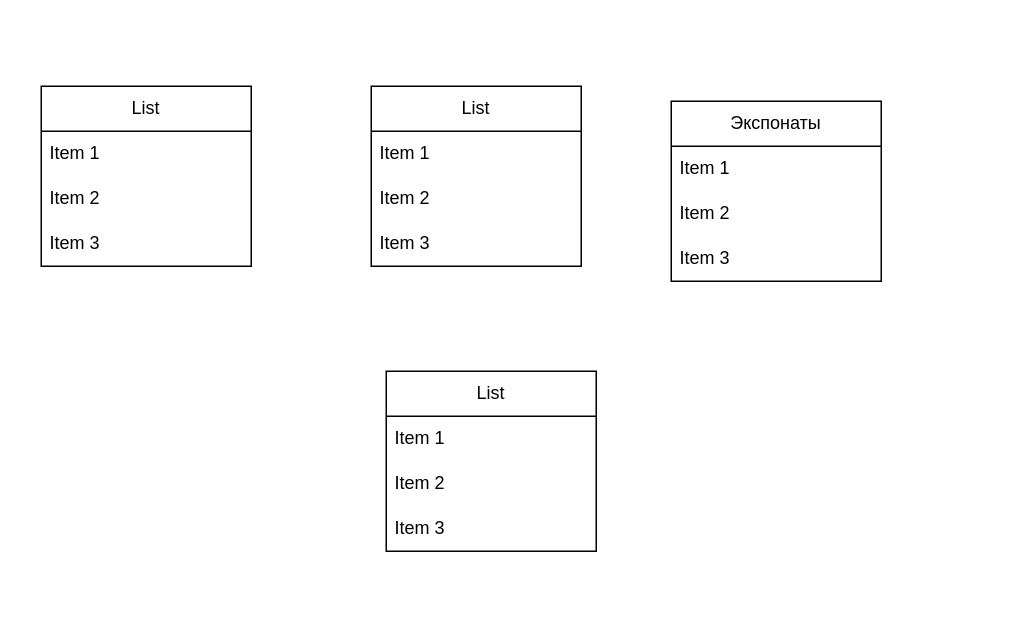
Shalapai2009/Project keeps this draw.io diagram as Музей.drawio. Above is the earlier version. Source tidied: cells renumbered, new cells numbered last; positions are measured from the earlier drawing's top-left corner, leaving out a move shared by most shapes. Both pictures are drawn from the tidied source at 150%, with x=0, y=0 at pixel (40, 86).
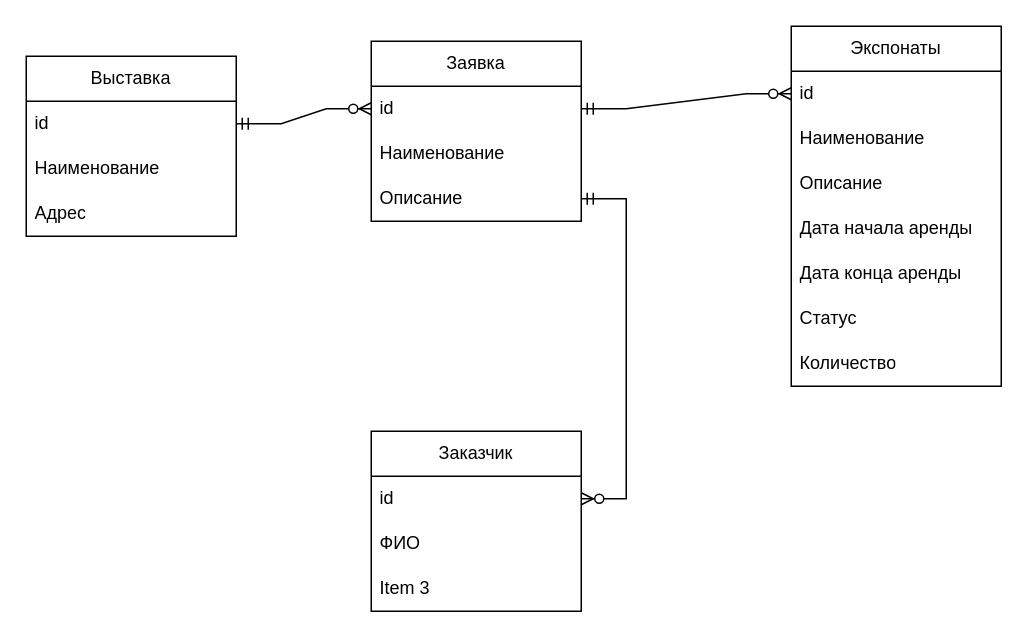
After the change.

Change to the diagram source:
```diff
@@
     <mxCell id="2" value="Экспонаты" style="swimlane;fontStyle=0;horizontal=1;startSize=30;whiteSpace=wrap;html=1;" parent="1" vertex="1">
-      <mxGeometry x="420" y="10" width="140" height="120" as="geometry" />
+      <mxGeometry x="500" y="-40" width="140" height="240" as="geometry" />
     </mxCell>
-    <mxCell id="3" value="Item 1" style="text;strokeColor=none;fillColor=none;align=left;verticalAlign=middle;spacingLeft=4;spacingRight=4;overflow=hidden;points=[[0,0.5],[1,0.5]];portConstraint=eastwest;whiteSpace=wrap;html=1;" parent="2" vertex="1">
+    <mxCell id="3" value="id" style="text;strokeColor=none;fillColor=none;align=left;verticalAlign=middle;spacingLeft=4;spacingRight=4;overflow=hidden;points=[[0,0.5],[1,0.5]];portConstraint=eastwest;whiteSpace=wrap;html=1;" parent="2" vertex="1">
       <mxGeometry y="30" width="140" height="30" as="geometry" />
     </mxCell>
-    <mxCell id="4" value="Item 2" style="text;strokeColor=none;fillColor=none;align=left;verticalAlign=middle;spacingLeft=4;spacingRight=4;overflow=hidden;whiteSpace=wrap;html=1;" parent="2" vertex="1">
+    <mxCell id="4" value="Наименование" style="text;strokeColor=none;fillColor=none;align=left;verticalAlign=middle;spacingLeft=4;spacingRight=4;overflow=hidden;whiteSpace=wrap;html=1;" parent="2" vertex="1">
       <mxGeometry y="60" width="140" height="30" as="geometry" />
     </mxCell>
-    <mxCell id="5" value="Item 3" style="text;strokeColor=none;fillColor=none;align=left;verticalAlign=middle;spacingLeft=4;spacingRight=4;overflow=hidden;whiteSpace=wrap;html=1;" parent="2" vertex="1">
+    <mxCell id="5" value="Описание" style="text;strokeColor=none;fillColor=none;align=left;verticalAlign=middle;spacingLeft=4;spacingRight=4;overflow=hidden;whiteSpace=wrap;html=1;" parent="2" vertex="1">
       <mxGeometry y="90" width="140" height="30" as="geometry" />
     </mxCell>
+    <mxCell id="18" value="Дата начала аренды" style="text;strokeColor=none;fillColor=none;align=left;verticalAlign=middle;spacingLeft=4;spacingRight=4;overflow=hidden;whiteSpace=wrap;html=1;" parent="2" vertex="1">
+      <mxGeometry y="120" width="140" height="30" as="geometry" />
+    </mxCell>
+    <mxCell id="19" value="Дата конца аренды" style="text;strokeColor=none;fillColor=none;align=left;verticalAlign=middle;spacingLeft=4;spacingRight=4;overflow=hidden;whiteSpace=wrap;html=1;" parent="2" vertex="1">
+      <mxGeometry y="150" width="140" height="30" as="geometry" />
+    </mxCell>
+    <mxCell id="20" value="Статус" style="text;strokeColor=none;fillColor=none;align=left;verticalAlign=middle;spacingLeft=4;spacingRight=4;overflow=hidden;whiteSpace=wrap;html=1;" parent="2" vertex="1">
+      <mxGeometry y="180" width="140" height="30" as="geometry" />
+    </mxCell>
+    <mxCell id="21" value="Количество" style="text;strokeColor=none;fillColor=none;align=left;verticalAlign=middle;spacingLeft=4;spacingRight=4;overflow=hidden;whiteSpace=wrap;html=1;" parent="2" vertex="1">
+      <mxGeometry y="210" width="140" height="30" as="geometry" />
+    </mxCell>
-    <mxCell id="6" value="List" style="swimlane;fontStyle=0;horizontal=1;startSize=30;whiteSpace=wrap;html=1;" parent="1" vertex="1">
-      <mxGeometry width="140" height="120" as="geometry" />
+    <mxCell id="6" value="Выставка" style="swimlane;fontStyle=0;horizontal=1;startSize=30;whiteSpace=wrap;html=1;" parent="1" vertex="1">
+      <mxGeometry x="-10" y="-20" width="140" height="120" as="geometry" />
     </mxCell>
-    <mxCell id="7" value="Item 1" style="text;strokeColor=none;fillColor=none;align=left;verticalAlign=middle;spacingLeft=4;spacingRight=4;overflow=hidden;points=[[0,0.5],[1,0.5]];portConstraint=eastwest;whiteSpace=wrap;html=1;" parent="6" vertex="1">
+    <mxCell id="7" value="id" style="text;strokeColor=none;fillColor=none;align=left;verticalAlign=middle;spacingLeft=4;spacingRight=4;overflow=hidden;points=[[0,0.5],[1,0.5]];portConstraint=eastwest;whiteSpace=wrap;html=1;" parent="6" vertex="1">
       <mxGeometry y="30" width="140" height="30" as="geometry" />
     </mxCell>
-    <mxCell id="8" value="Item 2" style="text;strokeColor=none;fillColor=none;align=left;verticalAlign=middle;spacingLeft=4;spacingRight=4;overflow=hidden;whiteSpace=wrap;html=1;" parent="6" vertex="1">
+    <mxCell id="8" value="Наименование" style="text;strokeColor=none;fillColor=none;align=left;verticalAlign=middle;spacingLeft=4;spacingRight=4;overflow=hidden;whiteSpace=wrap;html=1;" parent="6" vertex="1">
       <mxGeometry y="60" width="140" height="30" as="geometry" />
     </mxCell>
-    <mxCell id="9" value="Item 3" style="text;strokeColor=none;fillColor=none;align=left;verticalAlign=middle;spacingLeft=4;spacingRight=4;overflow=hidden;whiteSpace=wrap;html=1;" parent="6" vertex="1">
+    <mxCell id="9" value="Адрес" style="text;strokeColor=none;fillColor=none;align=left;verticalAlign=middle;spacingLeft=4;spacingRight=4;overflow=hidden;whiteSpace=wrap;html=1;" parent="6" vertex="1">
       <mxGeometry y="90" width="140" height="30" as="geometry" />
     </mxCell>
-    <mxCell id="10" value="List" style="swimlane;fontStyle=0;horizontal=1;startSize=30;whiteSpace=wrap;html=1;" parent="1" vertex="1">
-      <mxGeometry x="230" y="190" width="140" height="120" as="geometry" />
+    <mxCell id="10" value="Заказчик" style="swimlane;fontStyle=0;horizontal=1;startSize=30;whiteSpace=wrap;html=1;" parent="1" vertex="1">
+      <mxGeometry x="220" y="230" width="140" height="120" as="geometry" />
     </mxCell>
-    <mxCell id="11" value="Item 1" style="text;strokeColor=none;fillColor=none;align=left;verticalAlign=middle;spacingLeft=4;spacingRight=4;overflow=hidden;points=[[0,0.5],[1,0.5]];portConstraint=eastwest;whiteSpace=wrap;html=1;" parent="10" vertex="1">
+    <mxCell id="11" value="id" style="text;strokeColor=none;fillColor=none;align=left;verticalAlign=middle;spacingLeft=4;spacingRight=4;overflow=hidden;points=[[0,0.5],[1,0.5]];portConstraint=eastwest;whiteSpace=wrap;html=1;" parent="10" vertex="1">
       <mxGeometry y="30" width="140" height="30" as="geometry" />
     </mxCell>
-    <mxCell id="12" value="Item 2" style="text;strokeColor=none;fillColor=none;align=left;verticalAlign=middle;spacingLeft=4;spacingRight=4;overflow=hidden;whiteSpace=wrap;html=1;" parent="10" vertex="1">
+    <mxCell id="12" value="ФИО" style="text;strokeColor=none;fillColor=none;align=left;verticalAlign=middle;spacingLeft=4;spacingRight=4;overflow=hidden;whiteSpace=wrap;html=1;" parent="10" vertex="1">
       <mxGeometry y="60" width="140" height="30" as="geometry" />
     </mxCell>
@@
-    <mxCell id="14" value="List" style="swimlane;fontStyle=0;horizontal=1;startSize=30;whiteSpace=wrap;html=1;" parent="1" vertex="1">
-      <mxGeometry x="220" width="140" height="120" as="geometry" />
+    <mxCell id="14" value="Заявка" style="swimlane;fontStyle=0;horizontal=1;startSize=30;whiteSpace=wrap;html=1;" parent="1" vertex="1">
+      <mxGeometry x="220" y="-30" width="140" height="120" as="geometry" />
     </mxCell>
-    <mxCell id="15" value="Item 1" style="text;strokeColor=none;fillColor=none;align=left;verticalAlign=middle;spacingLeft=4;spacingRight=4;overflow=hidden;points=[[0,0.5],[1,0.5]];portConstraint=eastwest;whiteSpace=wrap;html=1;" parent="14" vertex="1">
+    <mxCell id="15" value="id" style="text;strokeColor=none;fillColor=none;align=left;verticalAlign=middle;spacingLeft=4;spacingRight=4;overflow=hidden;points=[[0,0.5],[1,0.5]];portConstraint=eastwest;whiteSpace=wrap;html=1;" parent="14" vertex="1">
       <mxGeometry y="30" width="140" height="30" as="geometry" />
     </mxCell>
-    <mxCell id="16" value="Item 2" style="text;strokeColor=none;fillColor=none;align=left;verticalAlign=middle;spacingLeft=4;spacingRight=4;overflow=hidden;whiteSpace=wrap;html=1;" parent="14" vertex="1">
+    <mxCell id="16" value="Наименование" style="text;strokeColor=none;fillColor=none;align=left;verticalAlign=middle;spacingLeft=4;spacingRight=4;overflow=hidden;whiteSpace=wrap;html=1;" parent="14" vertex="1">
       <mxGeometry y="60" width="140" height="30" as="geometry" />
     </mxCell>
-    <mxCell id="17" value="Item 3" style="text;strokeColor=none;fillColor=none;align=left;verticalAlign=middle;spacingLeft=4;spacingRight=4;overflow=hidden;points=[[0,0.5],[1,0.5]];portConstraint=eastwest;whiteSpace=wrap;html=1;" parent="14" vertex="1">
+    <mxCell id="17" value="Описание" style="text;strokeColor=none;fillColor=none;align=left;verticalAlign=middle;spacingLeft=4;spacingRight=4;overflow=hidden;points=[[0,0.5],[1,0.5]];portConstraint=eastwest;whiteSpace=wrap;html=1;" parent="14" vertex="1">
       <mxGeometry y="90" width="140" height="30" as="geometry" />
     </mxCell>
+    <mxCell id="22" style="edgeStyle=entityRelationEdgeStyle;fontSize=12;html=1;endArrow=ERzeroToMany;startArrow=ERmandOne;rounded=0;entryX=0;entryY=0.5;entryDx=0;entryDy=0;exitX=1;exitY=0.5;exitDx=0;exitDy=0;" parent="1" edge="1" source="15" target="3">
+      <mxGeometry relative="1" as="geometry" />
+    </mxCell>
+    <mxCell id="23" style="edgeStyle=entityRelationEdgeStyle;fontSize=12;html=1;endArrow=ERzeroToMany;startArrow=ERmandOne;rounded=0;entryX=0;entryY=0.5;entryDx=0;entryDy=0;exitX=1;exitY=0.5;exitDx=0;exitDy=0;" parent="1" edge="1" source="7" target="15">
+      <mxGeometry relative="1" as="geometry" />
+    </mxCell>
+    <mxCell id="24" style="edgeStyle=entityRelationEdgeStyle;fontSize=12;html=1;endArrow=ERzeroToMany;startArrow=ERmandOne;rounded=0;entryX=1;entryY=0.5;entryDx=0;entryDy=0;exitX=1;exitY=0.5;exitDx=0;exitDy=0;" parent="1" edge="1" source="17" target="11">
+      <mxGeometry relative="1" as="geometry">
+        <Array as="points">
+          <mxPoint x="420" y="205" />
+        </Array>
+      </mxGeometry>
+    </mxCell>
```
